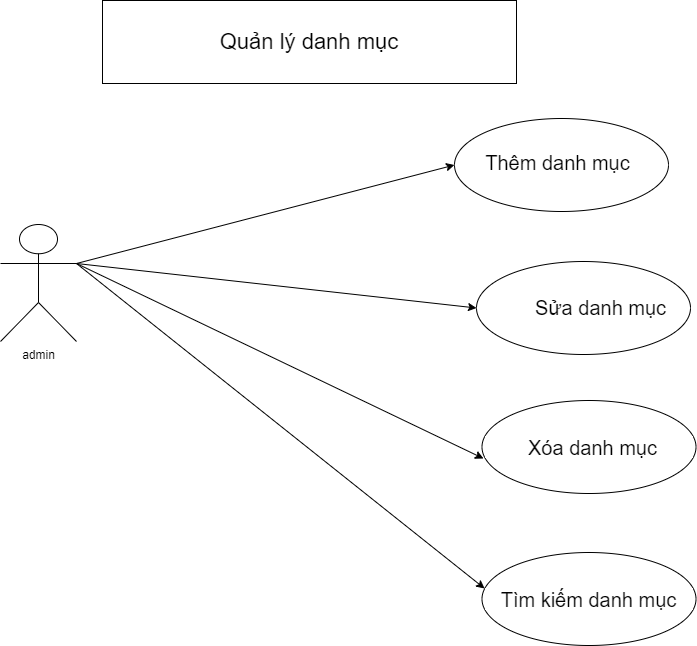
The draw.io diagram 3drawio.png in dungvu242k3/JAVA, before a commit. Source tidied: cells renumbered, new cells last; positions are measured from the earlier drawing's top-left corner, leaving out a move shared by most shapes.
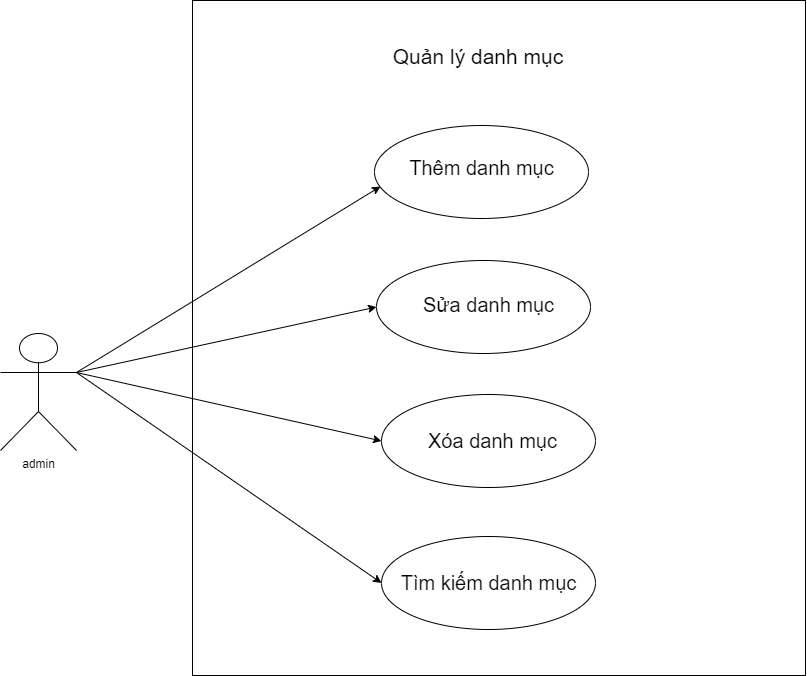
Later version of the same file.

Commit message:
Cập nhật 3drawio.png

What changed in the source:
```diff
@@ -5,44 +5,62 @@
     <mxCell id="2" value="admin" style="shape=umlActor;verticalLabelPosition=bottom;verticalAlign=top;html=1;outlineConnect=0;" parent="1" vertex="1">
       <mxGeometry y="224" width="76" height="117" as="geometry" />
     </mxCell>
-    <mxCell id="3" style="endArrow=classic;html=1;rounded=0;exitX=1;exitY=0.3333333333333333;exitDx=0;exitDy=0;exitPerimeter=0;entryX=0;entryY=0.5;entryDx=0;entryDy=0;" parent="1" edge="1" source="2" target="4">
-      <mxGeometry relative="1" as="geometry" />
-    </mxCell>
-    <mxCell id="4" style="ellipse;whiteSpace=wrap;html=1;" parent="1" vertex="1">
-      <mxGeometry x="454" y="118" width="214" height="93" as="geometry" />
-    </mxCell>
-    <mxCell id="5" style="endArrow=classic;html=1;rounded=0;entryX=0;entryY=0.5;entryDx=0;entryDy=0;exitX=1;exitY=0.3333333333333333;exitDx=0;exitDy=0;exitPerimeter=0;" parent="1" edge="1" source="2" target="9">
-      <mxGeometry relative="1" as="geometry" />
-    </mxCell>
-    <mxCell id="6" style="endArrow=classic;html=1;rounded=0;exitX=1;exitY=0.3333333333333333;exitDx=0;exitDy=0;exitPerimeter=0;entryX=0.007;entryY=0.624;entryDx=0;entryDy=0;entryPerimeter=0;" parent="1" edge="1" source="2" target="10">
-      <mxGeometry relative="1" as="geometry" />
-    </mxCell>
-    <mxCell id="7" style="endArrow=classic;html=1;rounded=0;entryX=0.012;entryY=0.387;entryDx=0;entryDy=0;entryPerimeter=0;exitX=1;exitY=0.3333333333333333;exitDx=0;exitDy=0;exitPerimeter=0;" parent="1" edge="1" source="2" target="11">
-      <mxGeometry relative="1" as="geometry" />
-    </mxCell>
+    <mxCell id="16" style="group;" parent="1" vertex="1">
+      <mxGeometry x="192" y="-109" width="613" height="675" as="geometry" />
+    </mxCell>
+    <mxCell id="17" style="rounded=0;whiteSpace=wrap;html=1;align=center;" parent="16" vertex="1">
+      <mxGeometry width="613" height="675" as="geometry" />
+    </mxCell>
+    <mxCell id="18" style="group;" parent="16" vertex="1">
+      <mxGeometry x="182" y="125" width="214" height="93" as="geometry" />
+    </mxCell>
+    <mxCell id="19" style="ellipse;whiteSpace=wrap;html=1;" parent="18" vertex="1">
+      <mxGeometry width="214" height="93" as="geometry" />
+    </mxCell>
-    <mxCell id="8" value="&lt;font style=&quot;font-size: 20px;&quot;&gt;Thêm danh mục&lt;/font&gt;" style="text;html=1;align=center;verticalAlign=middle;whiteSpace=wrap;rounded=0;" parent="1" vertex="1">
-      <mxGeometry x="462" y="131" width="191" height="61" as="geometry" />
+    <mxCell id="8" value="&lt;font style=&quot;font-size: 20px;&quot;&gt;Thêm danh mục&lt;/font&gt;" style="text;html=1;align=center;verticalAlign=middle;whiteSpace=wrap;rounded=0;" parent="18" vertex="1">
+      <mxGeometry x="11.5" y="12" width="191" height="61" as="geometry" />
     </mxCell>
-    <mxCell id="9" style="ellipse;whiteSpace=wrap;html=1;" parent="1" vertex="1">
-      <mxGeometry x="476" y="261" width="214" height="93" as="geometry" />
-    </mxCell>
-    <mxCell id="10" style="ellipse;whiteSpace=wrap;html=1;" parent="1" vertex="1">
-      <mxGeometry x="481.5" y="400" width="214" height="93" as="geometry" />
-    </mxCell>
-    <mxCell id="11" style="ellipse;whiteSpace=wrap;html=1;" parent="1" vertex="1">
-      <mxGeometry x="481.5" y="552" width="214" height="93" as="geometry" />
-    </mxCell>
+    <mxCell id="20" style="group;" parent="16" vertex="1">
+      <mxGeometry x="184" y="260" width="214" height="93" as="geometry" />
+    </mxCell>
+    <mxCell id="21" style="ellipse;whiteSpace=wrap;html=1;" parent="20" vertex="1">
+      <mxGeometry width="214" height="93" as="geometry" />
+    </mxCell>
-    <mxCell id="12" value="&lt;span style=&quot;font-size: 20px;&quot;&gt;Sửa danh mục&lt;/span&gt;" style="text;html=1;align=center;verticalAlign=middle;whiteSpace=wrap;rounded=0;" parent="1" vertex="1">
-      <mxGeometry x="504.5" y="277" width="191" height="61" as="geometry" />
+    <mxCell id="12" value="&lt;span style=&quot;font-size: 20px;&quot;&gt;Sửa danh mục&lt;/span&gt;" style="text;html=1;align=center;verticalAlign=middle;whiteSpace=wrap;rounded=0;" parent="20" vertex="1">
+      <mxGeometry x="17" y="13" width="191" height="61" as="geometry" />
     </mxCell>
+    <mxCell id="22" style="group;" parent="16" vertex="1">
+      <mxGeometry x="189" y="394" width="214" height="93" as="geometry" />
+    </mxCell>
+    <mxCell id="23" style="ellipse;whiteSpace=wrap;html=1;" parent="22" vertex="1">
+      <mxGeometry width="214" height="93" as="geometry" />
+    </mxCell>
-    <mxCell id="13" value="&lt;font style=&quot;font-size: 20px;&quot;&gt;Xóa danh mục&lt;/font&gt;" style="text;html=1;align=center;verticalAlign=middle;whiteSpace=wrap;rounded=0;" parent="1" vertex="1">
-      <mxGeometry x="497" y="416" width="191" height="61" as="geometry" />
+    <mxCell id="13" value="&lt;span style=&quot;font-size: 20px;&quot;&gt;Xóa danh mục&lt;/span&gt;" style="text;html=1;align=center;verticalAlign=middle;whiteSpace=wrap;rounded=0;" parent="22" vertex="1">
+      <mxGeometry x="15.5" y="16" width="191" height="61" as="geometry" />
     </mxCell>
+    <mxCell id="24" style="group;" parent="16" vertex="1">
+      <mxGeometry x="189" y="536" width="214" height="93" as="geometry" />
+    </mxCell>
+    <mxCell id="25" style="ellipse;whiteSpace=wrap;html=1;" parent="24" vertex="1">
+      <mxGeometry width="214" height="93" as="geometry" />
+    </mxCell>
-    <mxCell id="14" value="&lt;font style=&quot;font-size: 20px;&quot;&gt;Tìm kiếm danh mục&lt;/font&gt;" style="text;html=1;align=center;verticalAlign=middle;whiteSpace=wrap;rounded=0;" parent="1" vertex="1">
-      <mxGeometry x="493" y="568" width="191" height="61" as="geometry" />
+    <mxCell id="14" value="&lt;font style=&quot;font-size: 20px;&quot;&gt;Tìm kiếm danh mục&lt;/font&gt;" style="text;html=1;align=center;verticalAlign=middle;whiteSpace=wrap;rounded=0;" parent="24" vertex="1">
+      <mxGeometry x="11.5" y="16" width="191" height="61" as="geometry" />
     </mxCell>
-    <mxCell id="15" value="&lt;font style=&quot;font-size: 22px;&quot;&gt;Quản lý danh mục&lt;/font&gt;" style="rounded=0;whiteSpace=wrap;html=1;" parent="1" vertex="1">
-      <mxGeometry x="102" width="414" height="83" as="geometry" />
+    <mxCell id="15" value="&lt;font style=&quot;font-size: 21px;&quot;&gt;Quản lý danh mục&lt;/font&gt;" style="text;html=1;align=center;verticalAlign=middle;whiteSpace=wrap;rounded=0;" parent="16" vertex="1">
+      <mxGeometry x="144" y="25" width="284" height="62" as="geometry" />
     </mxCell>
+    <mxCell id="26" style="endArrow=classic;html=1;rounded=0;exitX=1;exitY=0.3333333333333333;exitDx=0;exitDy=0;exitPerimeter=0;entryX=0.028;entryY=0.656;entryDx=0;entryDy=0;entryPerimeter=0;" parent="1" edge="1" source="2" target="19">
+      <mxGeometry relative="1" as="geometry" />
+    </mxCell>
+    <mxCell id="27" style="endArrow=classic;html=1;rounded=0;entryX=0;entryY=0.5;entryDx=0;entryDy=0;exitX=1;exitY=0.3333333333333333;exitDx=0;exitDy=0;exitPerimeter=0;" parent="1" edge="1" source="2" target="21">
+      <mxGeometry relative="1" as="geometry" />
+    </mxCell>
+    <mxCell id="28" style="endArrow=classic;html=1;rounded=0;exitX=1;exitY=0.3333333333333333;exitDx=0;exitDy=0;exitPerimeter=0;entryX=0;entryY=0.5;entryDx=0;entryDy=0;" parent="1" edge="1" source="2" target="23">
+      <mxGeometry relative="1" as="geometry" />
+    </mxCell>
+    <mxCell id="29" style="endArrow=classic;html=1;rounded=0;entryX=0;entryY=0.5;entryDx=0;entryDy=0;exitX=1;exitY=0.3333333333333333;exitDx=0;exitDy=0;exitPerimeter=0;" parent="1" edge="1" source="2" target="25">
+      <mxGeometry relative="1" as="geometry" />
+    </mxCell>
   </root>
 </mxGraphModel>
```
